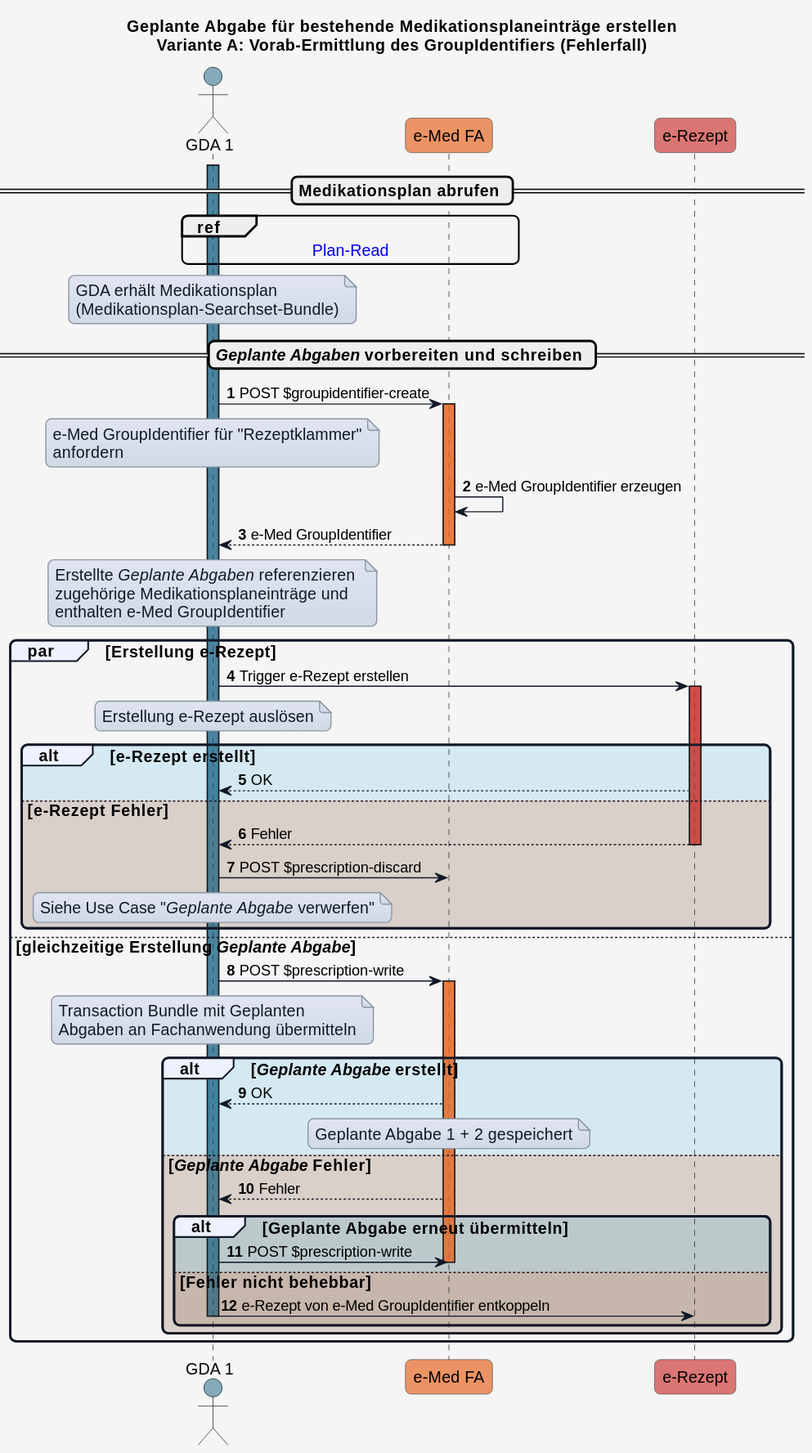
Before: input/images/plantuml/UC_eMed_04_01_a_fehler.svg, a diagram exported from PlantUML (HL7Austria/ELGA-e-Medikation-R4).
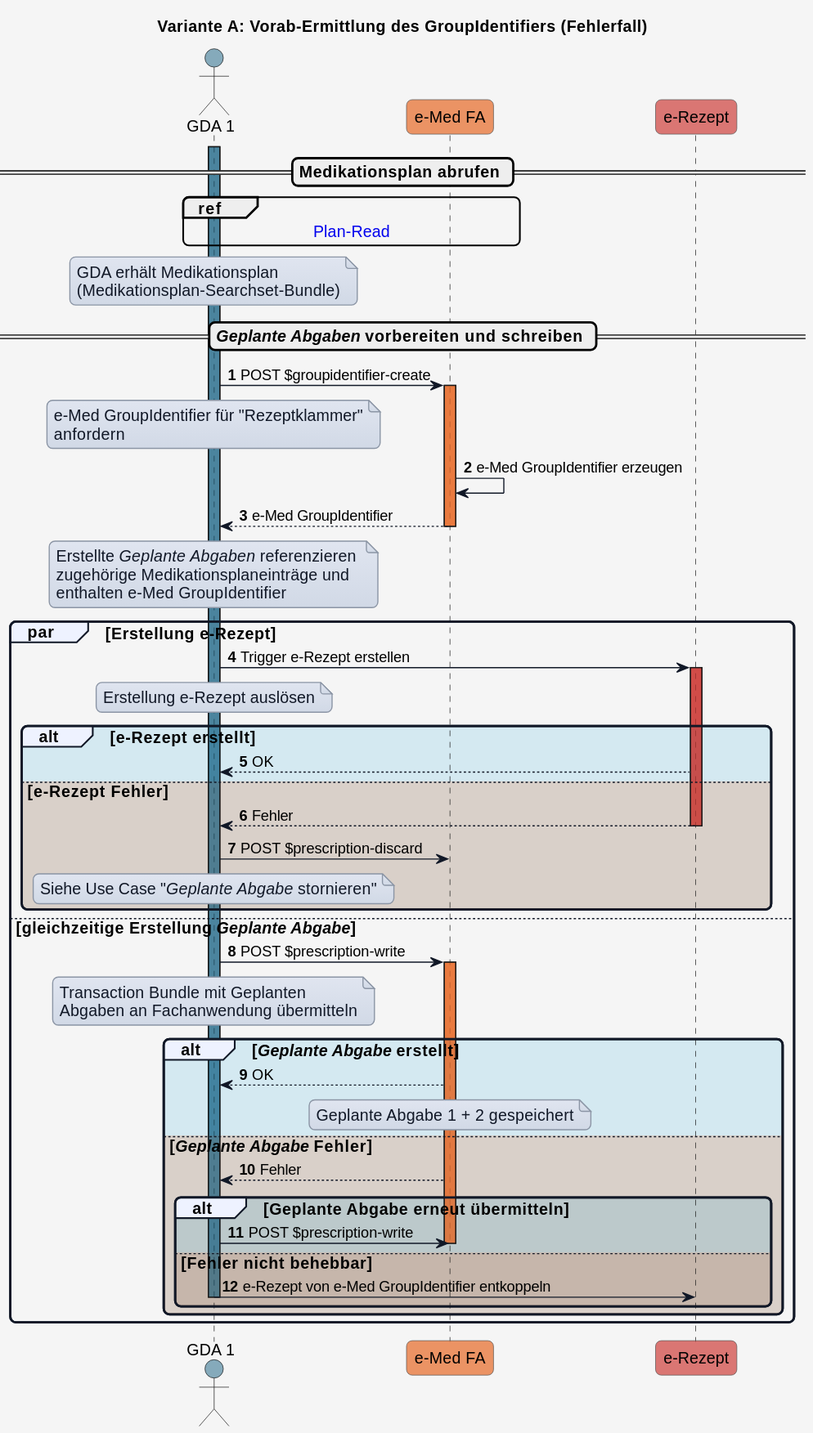
Above is the later version.

What changed in the source:
```diff
@@ -1,5 +1,5 @@
 @startuml
-title Geplante Abgabe für bestehende Medikationsplaneinträge erstellen\nVariante A: Vorab-Ermittlung des GroupIdentifiers (Fehlerfall)
+title Variante A: Vorab-Ermittlung des GroupIdentifiers (Fehlerfall)
 
 
 skinparam borderColor #000000
@@ -103,7 +103,7 @@
     GDA_1 -> eMed_FA: POST $prescription-discard​
 
     note over GDA_1
-    Siehe Use Case "<i>Geplante Abgabe</i> verwerfen"
+    Siehe Use Case "<i>Geplante Abgabe</i> stornieren"
     end note
   end
 
```
